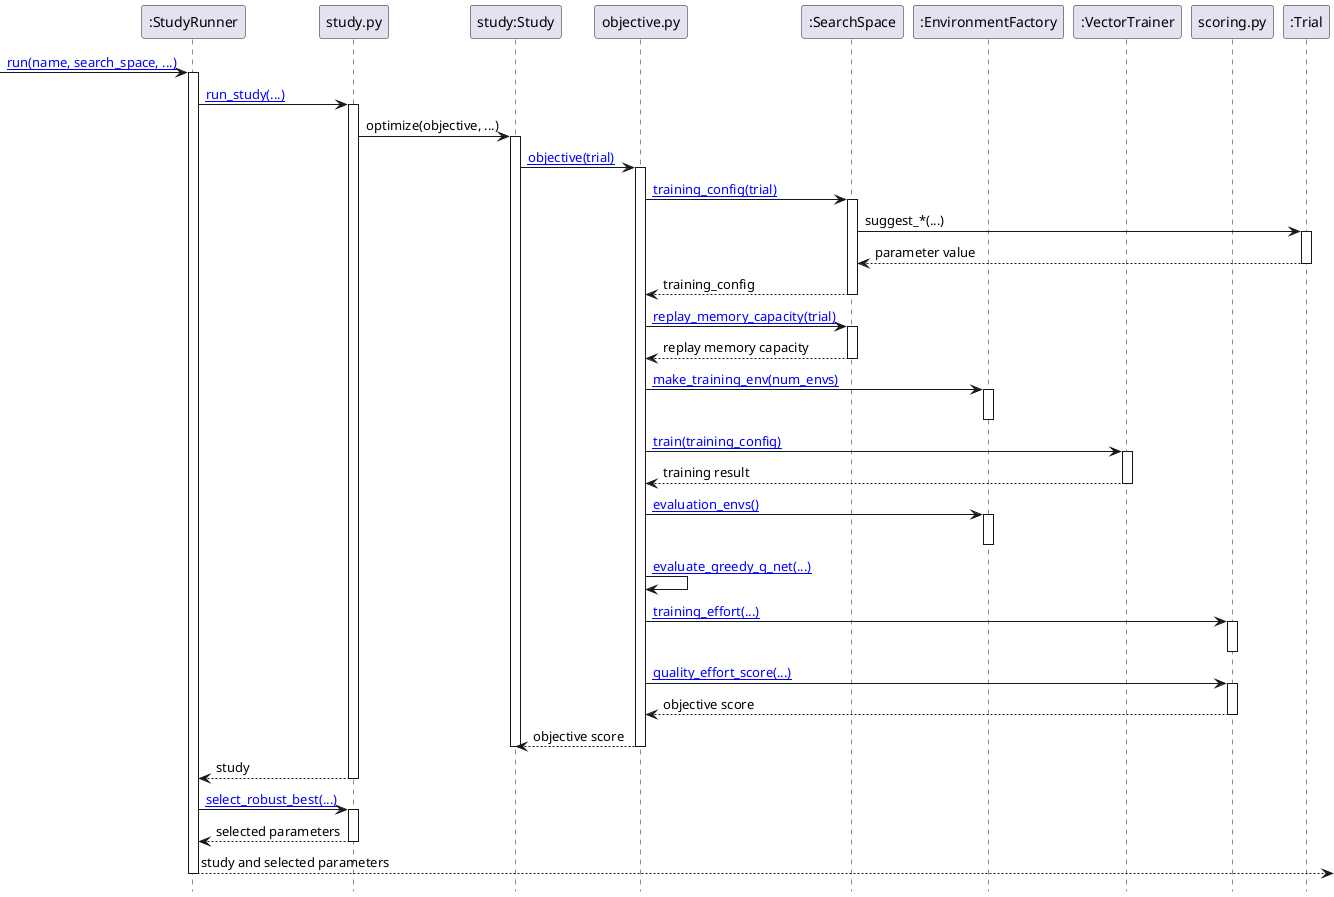
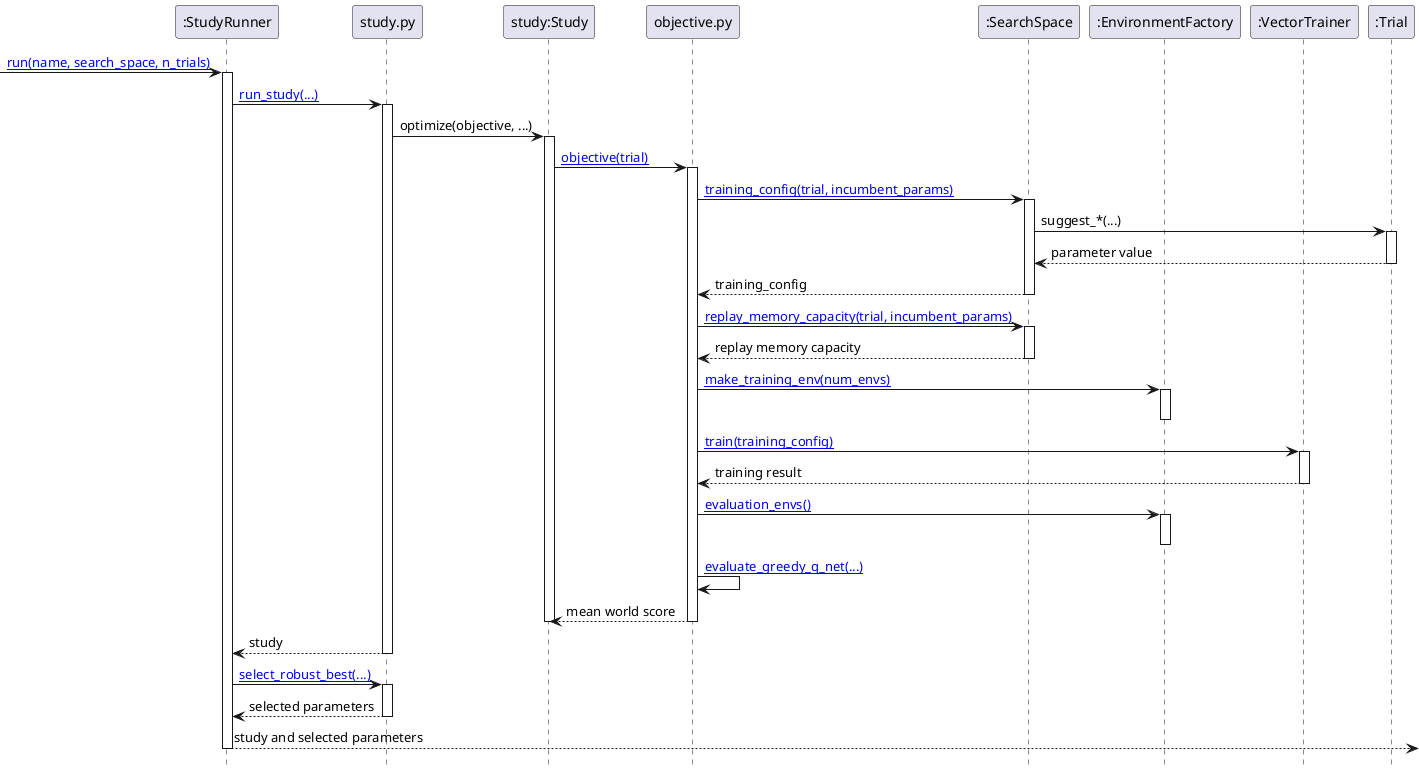
@startuml

hide footbox

participant ":StudyRunner" as runner
participant "study.py" as study_module
participant "study:Study" as study
participant "objective.py" as objective
participant ":SearchSpace" as search_space
participant ":EnvironmentFactory" as environment_factory
participant ":VectorTrainer" as trainer
- participant "scoring.py" as scoring
participant ":Trial" as trial

- url of runner is [[vscode://file/C:/Users/mwehle/Documents/_P/KI/rl_lab/hpo/src/hpo/study.py:26:1]]
+ url of runner is [[vscode://file/C:/Users/mwehle/Documents/_P/KI/rl_lab/hpo/src/hpo/study.py:53:1]]
url of study_module is [[vscode://file/C:/Users/mwehle/Documents/_P/KI/rl_lab/hpo/src/hpo/study.py:1:1]]
url of objective is [[vscode://file/C:/Users/mwehle/Documents/_P/KI/rl_lab/hpo/src/hpo/objective.py:1:1]]
- url of search_space is [[vscode://file/C:/Users/mwehle/Documents/_P/KI/rl_lab/hpo/src/hpo/objective.py:19:1]]
- url of environment_factory is [[vscode://file/C:/Users/mwehle/Documents/_P/KI/rl_lab/hpo/src/hpo/objective.py:25:1]]
+ url of search_space is [[vscode://file/C:/Users/mwehle/Documents/_P/KI/rl_lab/hpo/src/hpo/objective.py:18:1]]
+ url of environment_factory is [[vscode://file/C:/Users/mwehle/Documents/_P/KI/rl_lab/hpo/src/hpo/objective.py:28:1]]
url of trainer is [[vscode://file/C:/Users/mwehle/Documents/_P/KI/rl_lab/dqn/src/dqn/vector_training.py:112:1]]
- url of scoring is [[vscode://file/C:/Users/mwehle/Documents/_P/KI/rl_lab/hpo/src/hpo/evaluation/scoring.py:1:1]]

- [-> runner : [[vscode://file/C:/Users/mwehle/Documents/_P/KI/rl_lab/hpo/src/hpo/study.py:36:1 run(name, search_space, ...)]]
+ [-> runner : [[vscode://file/C:/Users/mwehle/Documents/_P/KI/rl_lab/hpo/src/hpo/study.py:73:1 run(name, search_space, n_trials)]]
activate runner

- runner -> study_module : [[vscode://file/C:/Users/mwehle/Documents/_P/KI/rl_lab/hpo/src/hpo/study.py:82:1 run_study(...)]]
+ runner -> study_module : [[vscode://file/C:/Users/mwehle/Documents/_P/KI/rl_lab/hpo/src/hpo/study.py:131:1 run_study(...)]]
activate study_module

study_module -> study : optimize(objective, ...)
activate study

- study -> objective : [[vscode://file/C:/Users/mwehle/Documents/_P/KI/rl_lab/hpo/src/hpo/objective.py:54:1 objective(trial)]]
+ study -> objective : [[vscode://file/C:/Users/mwehle/Documents/_P/KI/rl_lab/hpo/src/hpo/objective.py:69:1 objective(trial)]]
activate objective

- objective -> search_space : [[vscode://file/C:/Users/mwehle/Documents/_P/KI/rl_lab/hpo/src/hpo/objective.py:20:1 training_config(trial)]]
+ objective -> search_space : [[vscode://file/C:/Users/mwehle/Documents/_P/KI/rl_lab/hpo/src/hpo/objective.py:19:1 training_config(trial, incumbent_params)]]
activate search_space
search_space -> trial : suggest_*(...)
activate trial
trial --> search_space : parameter value
deactivate trial
search_space --> objective : training_config
deactivate search_space

- objective -> search_space : [[vscode://file/C:/Users/mwehle/Documents/_P/KI/rl_lab/hpo/src/hpo/objective.py:22:1 replay_memory_capacity(trial)]]
+ objective -> search_space : [[vscode://file/C:/Users/mwehle/Documents/_P/KI/rl_lab/hpo/src/hpo/objective.py:23:1 replay_memory_capacity(trial, incumbent_params)]]
activate search_space
search_space --> objective : replay memory capacity
deactivate search_space

- objective -> environment_factory : [[vscode://file/C:/Users/mwehle/Documents/_P/KI/rl_lab/hpo/src/hpo/objective.py:26:1 make_training_env(num_envs)]]
+ objective -> environment_factory : [[vscode://file/C:/Users/mwehle/Documents/_P/KI/rl_lab/hpo/src/hpo/objective.py:29:1 make_training_env(num_envs)]]
activate environment_factory
deactivate environment_factory

objective -> trainer : [[vscode://file/C:/Users/mwehle/Documents/_P/KI/rl_lab/dqn/src/dqn/vector_training.py:163:1 train(training_config)]]
activate trainer
trainer --> objective : training result
deactivate trainer

- objective -> environment_factory : [[vscode://file/C:/Users/mwehle/Documents/_P/KI/rl_lab/hpo/src/hpo/objective.py:28:1 evaluation_envs()]]
+ objective -> environment_factory : [[vscode://file/C:/Users/mwehle/Documents/_P/KI/rl_lab/hpo/src/hpo/objective.py:31:1 evaluation_envs()]]
activate environment_factory
deactivate environment_factory

- objective -> objective : [[vscode://file/C:/Users/mwehle/Documents/_P/KI/rl_lab/hpo/src/hpo/objective.py:123:1 evaluate_greedy_q_net(...)]]
+ objective -> objective : [[vscode://file/C:/Users/mwehle/Documents/_P/KI/rl_lab/hpo/src/hpo/objective.py:129:1 evaluate_greedy_q_net(...)]]

- objective -> scoring : [[vscode://file/C:/Users/mwehle/Documents/_P/KI/rl_lab/hpo/src/hpo/evaluation/scoring.py:36:1 training_effort(...)]]
- activate scoring
- deactivate scoring
- 
- objective -> scoring : [[vscode://file/C:/Users/mwehle/Documents/_P/KI/rl_lab/hpo/src/hpo/evaluation/scoring.py:52:1 quality_effort_score(...)]]
- activate scoring
- scoring --> objective : objective score
- deactivate scoring
- 
- objective --> study : objective score
+ objective --> study : mean world score
deactivate objective
deactivate study

study_module --> runner : study
deactivate study_module

- runner -> study_module : [[vscode://file/C:/Users/mwehle/Documents/_P/KI/rl_lab/hpo/src/hpo/study.py:145:1 select_robust_best(...)]]
+ runner -> study_module : [[vscode://file/C:/Users/mwehle/Documents/_P/KI/rl_lab/hpo/src/hpo/study.py:196:1 select_robust_best(...)]]
activate study_module
study_module --> runner : selected parameters
deactivate study_module

runner -->] : study and selected parameters
deactivate runner

@enduml
